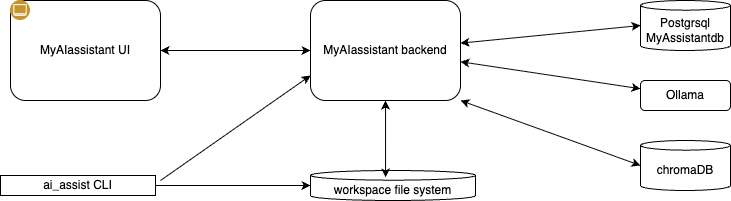
Before: docs/user_guide/images/architecture.drawio.png, a diagram exported from draw.io (jbcodeforce/MyAIAssistant). Source tidied: cells renumbered, new cells last; positions are measured from the earlier drawing's top-left corner, leaving out a move shared by most shapes. Source of this version:
```xml
<mxGraphModel>
  <root>
    <mxCell id="0" />
    <mxCell id="1" parent="0" />
    <mxCell id="2" style="edgeStyle=none;html=1;startArrow=classic;startFill=1;" parent="1" edge="1" source="3" target="6">
      <mxGeometry relative="1" as="geometry" />
    </mxCell>
    <mxCell id="3" value="MyAIassistant UI" style="rounded=1;whiteSpace=wrap;html=1;" parent="1" vertex="1">
      <mxGeometry x="10" width="150" height="100" as="geometry" />
    </mxCell>
    <mxCell id="4" style="image;perimeter=ellipsePerimeter;html=1;align=center;shadow=0;dashed=0;fontColor=#4277BB;labelBackgroundColor=default;fontSize=12;spacingTop=3;image=img/lib/ibm/users/browser.svg;" parent="1" vertex="1">
      <mxGeometry x="10" width="20" height="20" as="geometry" />
    </mxCell>
    <mxCell id="5" style="edgeStyle=none;html=1;startArrow=classic;startFill=1;" parent="1" edge="1" source="6" target="9">
      <mxGeometry relative="1" as="geometry" />
    </mxCell>
    <mxCell id="6" value="MyAIassistant backend" style="rounded=1;whiteSpace=wrap;html=1;" parent="1" vertex="1">
      <mxGeometry x="310" width="150" height="100" as="geometry" />
    </mxCell>
    <mxCell id="7" value="Postgrsql&lt;div&gt;MyAssistantdb&lt;/div&gt;" style="shape=cylinder3;whiteSpace=wrap;html=1;boundedLbl=1;backgroundOutline=1;size=4.8359222412109375;" parent="1" vertex="1">
      <mxGeometry x="640" width="90" height="50" as="geometry" />
    </mxCell>
    <mxCell id="8" style="edgeStyle=none;html=1;entryX=0;entryY=0.5;entryDx=0;entryDy=0;entryPerimeter=0;startArrow=classic;startFill=1;" parent="1" edge="1" source="6" target="7">
      <mxGeometry relative="1" as="geometry" />
    </mxCell>
    <mxCell id="9" value="Ollama" style="rounded=1;whiteSpace=wrap;html=1;" parent="1" vertex="1">
      <mxGeometry x="640" y="80" width="90" height="30" as="geometry" />
    </mxCell>
    <mxCell id="10" value="chromaDB" style="shape=cylinder3;whiteSpace=wrap;html=1;boundedLbl=1;backgroundOutline=1;size=4.8359222412109375;" parent="1" vertex="1">
      <mxGeometry x="640" y="140" width="90" height="50" as="geometry" />
    </mxCell>
    <mxCell id="11" style="edgeStyle=none;html=1;startArrow=classic;startFill=1;entryX=0;entryY=0.5;entryDx=0;entryDy=0;entryPerimeter=0;exitX=1;exitY=1;exitDx=0;exitDy=0;" parent="1" edge="1" source="6" target="10">
      <mxGeometry relative="1" as="geometry" />
    </mxCell>
    <mxCell id="12" value="ai_assist CLI" style="rounded=0;whiteSpace=wrap;html=1;" parent="1" vertex="1">
      <mxGeometry y="175" width="155" height="20" as="geometry" />
    </mxCell>
    <mxCell id="13" value="workspace file system" style="shape=cylinder3;whiteSpace=wrap;html=1;boundedLbl=1;backgroundOutline=1;size=4.8359222412109375;" parent="1" vertex="1">
      <mxGeometry x="310" y="170" width="165" height="30" as="geometry" />
    </mxCell>
    <mxCell id="14" style="edgeStyle=none;html=1;entryX=0.455;entryY=0.228;entryDx=0;entryDy=0;entryPerimeter=0;startArrow=classic;startFill=1;" parent="1" edge="1" source="6" target="13">
      <mxGeometry relative="1" as="geometry" />
    </mxCell>
    <mxCell id="15" style="edgeStyle=none;html=1;entryX=0;entryY=0.5;entryDx=0;entryDy=0;entryPerimeter=0;" parent="1" edge="1" source="12" target="13">
      <mxGeometry relative="1" as="geometry" />
    </mxCell>
    <mxCell id="16" style="edgeStyle=none;html=1;entryX=0;entryY=0.75;entryDx=0;entryDy=0;" parent="1" edge="1" target="6">
      <mxGeometry relative="1" as="geometry">
        <mxPoint x="160" y="180" as="sourcePoint" />
      </mxGeometry>
    </mxCell>
  </root>
</mxGraphModel>
```
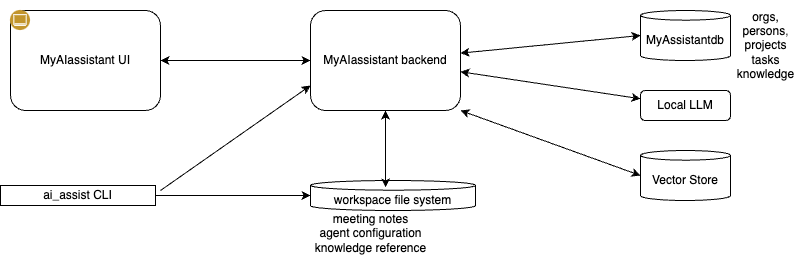
After the change.

Change to the diagram source:
```diff
@@ -17,16 +17,16 @@
     <mxCell id="6" value="MyAIassistant backend" style="rounded=1;whiteSpace=wrap;html=1;" parent="1" vertex="1">
       <mxGeometry x="310" width="150" height="100" as="geometry" />
     </mxCell>
-    <mxCell id="7" value="Postgrsql&lt;div&gt;MyAssistantdb&lt;/div&gt;" style="shape=cylinder3;whiteSpace=wrap;html=1;boundedLbl=1;backgroundOutline=1;size=4.8359222412109375;" parent="1" vertex="1">
+    <mxCell id="7" value="&lt;div&gt;MyAssistantdb&lt;/div&gt;" style="shape=cylinder3;whiteSpace=wrap;html=1;boundedLbl=1;backgroundOutline=1;size=4.8359222412109375;" parent="1" vertex="1">
       <mxGeometry x="640" width="90" height="50" as="geometry" />
     </mxCell>
     <mxCell id="8" style="edgeStyle=none;html=1;entryX=0;entryY=0.5;entryDx=0;entryDy=0;entryPerimeter=0;startArrow=classic;startFill=1;" parent="1" edge="1" source="6" target="7">
       <mxGeometry relative="1" as="geometry" />
     </mxCell>
-    <mxCell id="9" value="Ollama" style="rounded=1;whiteSpace=wrap;html=1;" parent="1" vertex="1">
+    <mxCell id="9" value="Local LLM" style="rounded=1;whiteSpace=wrap;html=1;" parent="1" vertex="1">
       <mxGeometry x="640" y="80" width="90" height="30" as="geometry" />
     </mxCell>
-    <mxCell id="10" value="chromaDB" style="shape=cylinder3;whiteSpace=wrap;html=1;boundedLbl=1;backgroundOutline=1;size=4.8359222412109375;" parent="1" vertex="1">
+    <mxCell id="10" value="Vector Store" style="shape=cylinder3;whiteSpace=wrap;html=1;boundedLbl=1;backgroundOutline=1;size=4.8359222412109375;" parent="1" vertex="1">
       <mxGeometry x="640" y="140" width="90" height="50" as="geometry" />
     </mxCell>
     <mxCell id="11" style="edgeStyle=none;html=1;startArrow=classic;startFill=1;entryX=0;entryY=0.5;entryDx=0;entryDy=0;entryPerimeter=0;exitX=1;exitY=1;exitDx=0;exitDy=0;" parent="1" edge="1" source="6" target="10">
@@ -49,5 +49,11 @@
         <mxPoint x="160" y="180" as="sourcePoint" />
       </mxGeometry>
     </mxCell>
+    <mxCell id="17" value="meeting notes&lt;div&gt;agent configuration&lt;/div&gt;&lt;div&gt;knowledge reference&lt;/div&gt;" style="text;html=1;align=center;verticalAlign=middle;strokeColor=none;fillColor=none;" parent="1" vertex="1">
+      <mxGeometry x="305" y="193" width="130" height="60" as="geometry" />
+    </mxCell>
+    <mxCell id="18" value="orgs,&lt;div&gt;persons&lt;span style=&quot;color: rgb(63, 63, 63); background-color: transparent;&quot;&gt;,&lt;/span&gt;&lt;div&gt;&lt;div&gt;projects&lt;div&gt;tasks&lt;/div&gt;&lt;/div&gt;&lt;/div&gt;&lt;/div&gt;&lt;div&gt;knowledge&lt;/div&gt;" style="text;html=1;align=center;verticalAlign=middle;strokeColor=none;fillColor=none;" parent="1" vertex="1">
+      <mxGeometry x="725" y="-10" width="80" height="90" as="geometry" />
+    </mxCell>
   </root>
 </mxGraphModel>
```
